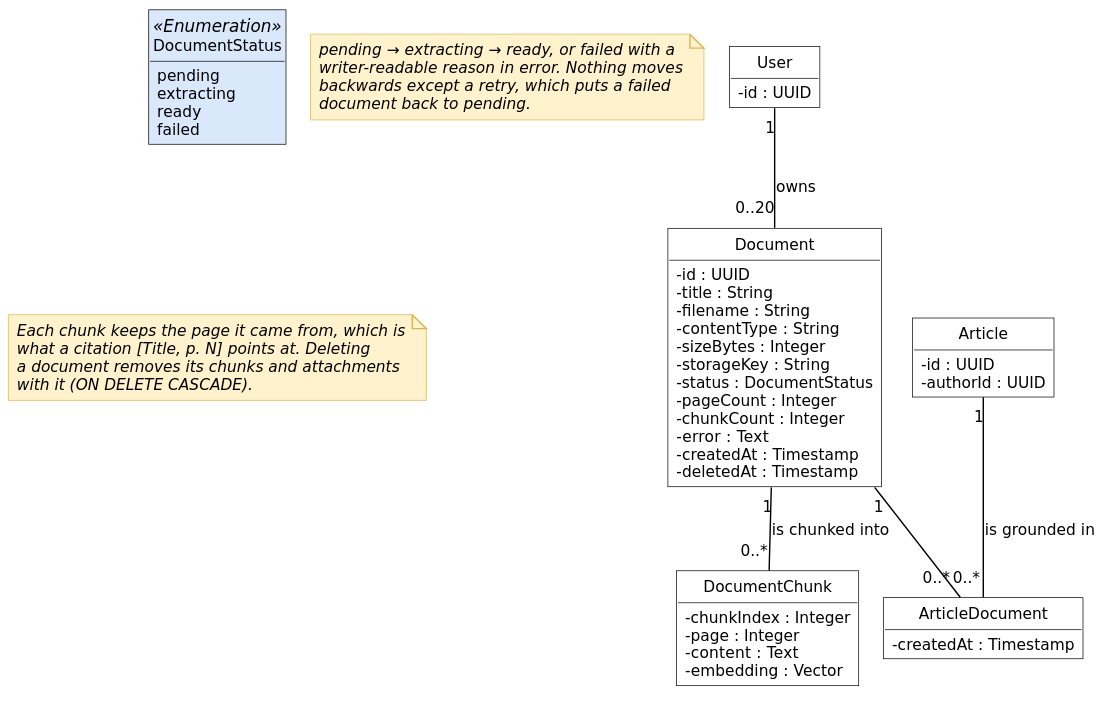
This is diagrams/fig-7-8-classes-sprint-9/fig-7-8-classes-sprint-9.svg from inkwell-dev/spec.inkwell.ai, a PlantUML export, as it was before one commit. The source it was exported from:
```plantuml
@startuml
!include ../_style.puml
skinparam nodesep 18
skinparam ranksep 45
hide circle
hide methods

class User {
  - id : UUID
}
class Article {
  - id : UUID
  - authorId : UUID
}
class Document {
  - id : UUID
  - title : String
  - filename : String
  - contentType : String
  - sizeBytes : Integer
  - storageKey : String
  - status : DocumentStatus
  - pageCount : Integer
  - chunkCount : Integer
  - error : Text
  - createdAt : Timestamp
  - deletedAt : Timestamp
}
class DocumentChunk {
  - chunkIndex : Integer
  - page : Integer
  - content : Text
  - embedding : Vector
}
class ArticleDocument {
  - createdAt : Timestamp
}

class DocumentStatus <<Enumeration>> {
  pending
  extracting
  ready
  failed
}

User "1" -- "0..20" Document : owns
Document "1" -- "0..*" DocumentChunk : is chunked into
Document "1" -- "0..*" ArticleDocument
Article "1" -- "0..*" ArticleDocument : is grounded in

note as N1
  pending → extracting → ready, or failed with a
  writer-readable reason in error. Nothing moves
  backwards except a retry, which puts a failed
  document back to pending.
end note

note as N2
  Each chunk keeps the page it came from, which is
  what a citation [Title, p. N] points at. Deleting
  a document removes its chunks and attachments
  with it (ON DELETE CASCADE).
end note
@enduml
```
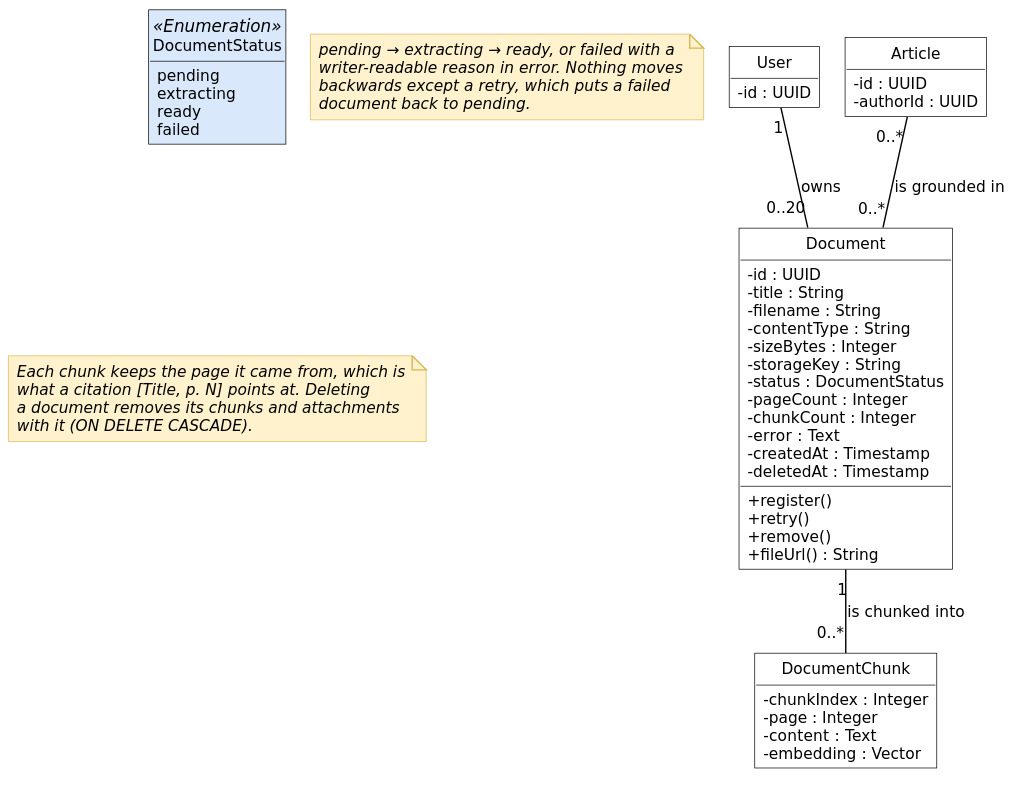
Above is the later version.

The edit, as a diff of the source:
```diff
@@ -3,7 +3,7 @@
 skinparam nodesep 18
 skinparam ranksep 45
 hide circle
-hide methods
+hide empty methods
 
 class User {
   - id : UUID
@@ -25,15 +25,16 @@
   - error : Text
   - createdAt : Timestamp
   - deletedAt : Timestamp
+  + register()
+  + retry()
+  + remove()
+  + fileUrl() : String
 }
 class DocumentChunk {
   - chunkIndex : Integer
   - page : Integer
   - content : Text
   - embedding : Vector
-}
-class ArticleDocument {
-  - createdAt : Timestamp
 }
 
 class DocumentStatus <<Enumeration>> {
@@ -45,8 +46,7 @@
 
 User "1" -- "0..20" Document : owns
 Document "1" -- "0..*" DocumentChunk : is chunked into
-Document "1" -- "0..*" ArticleDocument
-Article "1" -- "0..*" ArticleDocument : is grounded in
+Article "0..*" -- "0..*" Document : is grounded in
 
 note as N1
   pending → extracting → ready, or failed with a
```
